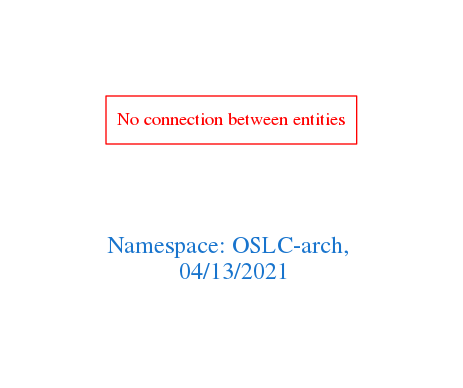
The Graphviz diagram downloads/OSLC-arch.png in arago/OGIT, before a commit. Its source is kept beside it as downloads/OSLC-arch.dot.
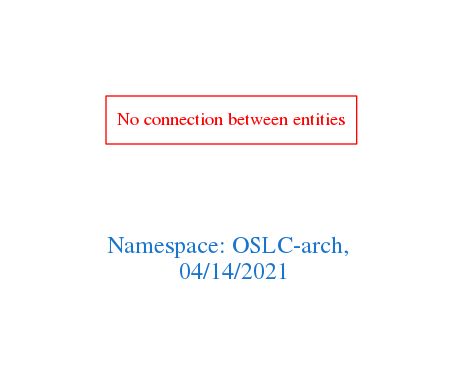
Above is the later version.

What changed in the source:
```diff
@@ -1,7 +1,7 @@
 digraph OGIT_ontology {
  graph [ rankdir= LR,pad=1
 fontsize = 18,
-fontcolor= dodgerblue3,label = "\n\n\nNamespace: OSLC-arch, \n 04/13/2021"];
+fontcolor= dodgerblue3,label = "\n\n\nNamespace: OSLC-arch, \n 04/14/2021"];
 node[shape=polygon];
 edge [  color="gray81"];
 
```
